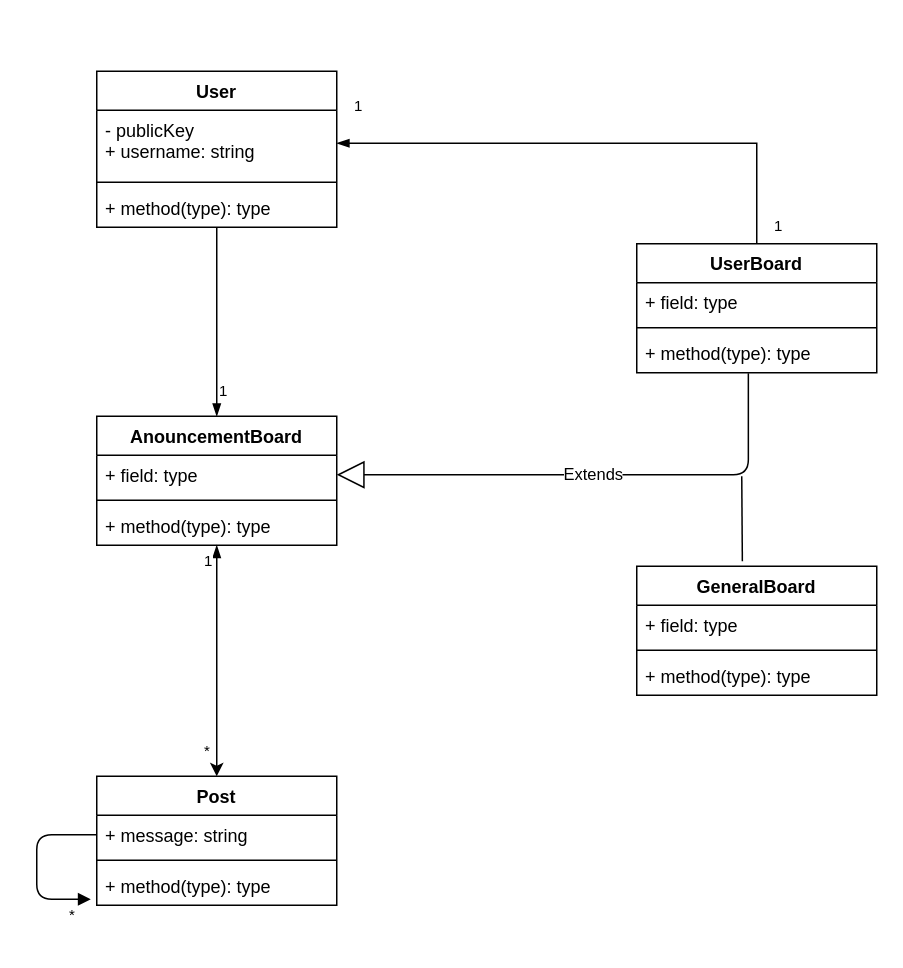
CarolinaCC/Dependable-Public-Announcement-Server keeps this draw.io diagram as docs/UML.drawio. Above is the earlier version. Source tidied: cells renumbered, new cells numbered last; positions are measured from the earlier drawing's top-left corner, leaving out a move shared by most shapes. Both pictures are drawn from the tidied source at 150%, with x=0, y=0 at pixel (36, 26).
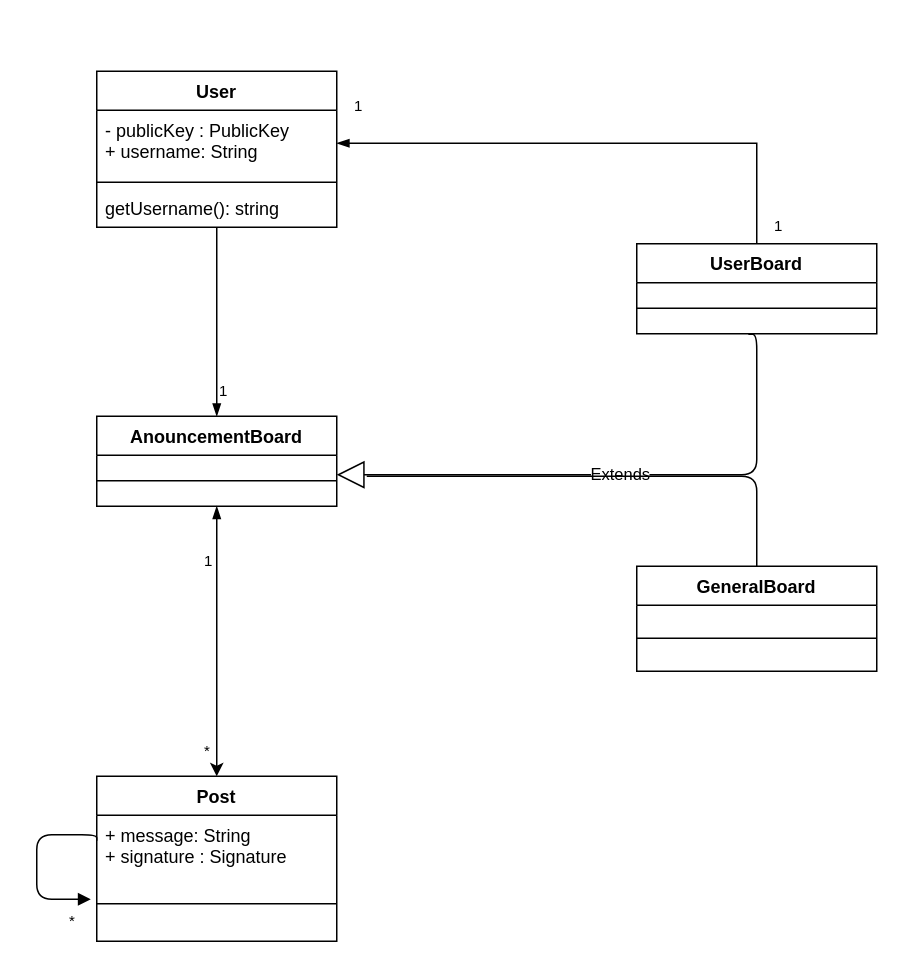
The same diagram, later.

Unchanged cells that the change refers to:
```xml
<mxCell id="3" value="User" style="swimlane;fontStyle=1;align=center;verticalAlign=top;horizontal=1;startSize=26;" parent="1" vertex="1">
  <mxGeometry x="40" y="30" width="160" height="104" as="geometry" />
</mxCell>
```

What changed in the source:
```diff
@@
-    <mxCell id="4" value="- publicKey&#10;+ username: string" style="text;strokeColor=none;fillColor=none;align=left;verticalAlign=top;spacingLeft=4;spacingRight=4;overflow=hidden;points=[[0,0.5],[1,0.5]];portConstraint=eastwest;" parent="3" vertex="1">
+    <mxCell id="4" value="- publicKey : PublicKey&#10;+ username: String" style="text;strokeColor=none;fillColor=none;align=left;verticalAlign=top;spacingLeft=4;spacingRight=4;overflow=hidden;points=[[0,0.5],[1,0.5]];portConstraint=eastwest;" parent="3" vertex="1">
       <mxGeometry y="26" width="160" height="44" as="geometry" />
     </mxCell>
@@
-    <mxCell id="6" value="+ method(type): type" style="text;strokeColor=none;fillColor=none;align=left;verticalAlign=top;spacingLeft=4;spacingRight=4;overflow=hidden;" parent="3" vertex="1">
+    <mxCell id="6" value="getUsername(): string" style="text;strokeColor=none;fillColor=none;align=left;verticalAlign=top;spacingLeft=4;spacingRight=4;overflow=hidden;" parent="3" vertex="1">
       <mxGeometry y="78" width="160" height="26" as="geometry" />
     </mxCell>
     <mxCell id="7" value="AnouncementBoard" style="swimlane;fontStyle=1;align=center;verticalAlign=top;horizontal=1;startSize=26;" parent="1" vertex="1">
-      <mxGeometry x="40" y="260" width="160" height="86" as="geometry" />
+      <mxGeometry x="40" y="260" width="160" height="60" as="geometry" />
     </mxCell>
-    <mxCell id="8" value="+ field: type" style="text;strokeColor=none;fillColor=none;align=left;verticalAlign=top;spacingLeft=4;spacingRight=4;overflow=hidden;points=[[0,0.5],[1,0.5]];portConstraint=eastwest;" parent="7" vertex="1">
-      <mxGeometry y="26" width="160" height="26" as="geometry" />
-    </mxCell>
     <mxCell id="9" style="line;strokeWidth=1;fillColor=none;align=left;verticalAlign=middle;spacingTop=-1;spacingLeft=3;spacingRight=3;labelPosition=right;" parent="7" vertex="1">
-      <mxGeometry y="52" width="160" height="8" as="geometry" />
+      <mxGeometry y="26" width="160" height="34" as="geometry" />
     </mxCell>
-    <mxCell id="10" value="+ method(type): type" style="text;strokeColor=none;fillColor=none;align=left;verticalAlign=top;spacingLeft=4;spacingRight=4;overflow=hidden;points=[[0,0.5],[1,0.5]];portConstraint=eastwest;" parent="7" vertex="1">
-      <mxGeometry y="60" width="160" height="26" as="geometry" />
-    </mxCell>
     <mxCell id="11" value="Post" style="swimlane;fontStyle=1;align=center;verticalAlign=top;horizontal=1;startSize=26;" parent="1" vertex="1">
-      <mxGeometry x="40" y="500" width="160" height="86" as="geometry" />
+      <mxGeometry x="40" y="500" width="160" height="110" as="geometry" />
     </mxCell>
-    <mxCell id="12" value="+ message: string" style="text;strokeColor=none;fillColor=none;align=left;verticalAlign=top;spacingLeft=4;spacingRight=4;overflow=hidden;points=[[0,0.5],[1,0.5]];portConstraint=eastwest;" parent="11" vertex="1">
-      <mxGeometry y="26" width="160" height="26" as="geometry" />
+    <mxCell id="12" value="+ message: String&#10;+ signature : Signature&#10;" style="text;strokeColor=none;fillColor=none;align=left;verticalAlign=top;spacingLeft=4;spacingRight=4;overflow=hidden;points=[[0,0.5],[1,0.5]];portConstraint=eastwest;" parent="11" vertex="1">
+      <mxGeometry y="26" width="160" height="34" as="geometry" />
     </mxCell>
     <mxCell id="13" style="line;strokeWidth=1;fillColor=none;align=left;verticalAlign=middle;spacingTop=-1;spacingLeft=3;spacingRight=3;labelPosition=right;" parent="11" vertex="1">
-      <mxGeometry y="52" width="160" height="8" as="geometry" />
+      <mxGeometry y="60" width="160" height="50" as="geometry" />
     </mxCell>
-    <mxCell id="14" value="+ method(type): type" style="text;strokeColor=none;fillColor=none;align=left;verticalAlign=top;spacingLeft=4;spacingRight=4;overflow=hidden;points=[[0,0.5],[1,0.5]];portConstraint=eastwest;" parent="11" vertex="1">
-      <mxGeometry y="60" width="160" height="26" as="geometry" />
-    </mxCell>
-    <mxCell id="15" style="endArrow=block;endFill=1;html=1;edgeStyle=orthogonalEdgeStyle;align=left;verticalAlign=top;exitX=0;exitY=0.5;exitDx=0;exitDy=0;entryX=-0.025;entryY=0.846;entryDx=0;entryDy=0;entryPerimeter=0;" parent="11" edge="1" source="12" target="14">
+    <mxCell id="15" style="endArrow=block;endFill=1;html=1;edgeStyle=orthogonalEdgeStyle;align=left;verticalAlign=top;exitX=0;exitY=0.5;exitDx=0;exitDy=0;entryX=-0.025;entryY=0.846;entryDx=0;entryDy=0;entryPerimeter=0;" parent="11" edge="1" source="12">
       <mxGeometry x="-1" relative="1" as="geometry">
+        <mxPoint x="-4" y="82" as="targetPoint" />
         <Array as="points">
           <mxPoint x="-40" y="39" />
           <mxPoint x="-40" y="82" />
         </Array>
       </mxGeometry>
     </mxCell>
@@
-    <mxCell id="17" style="edgeStyle=orthogonalEdgeStyle;rounded=0;jettySize=auto;html=1;entryX=0.5;entryY=0;entryDx=0;entryDy=0;startArrow=blockThin;startFill=1;" parent="1" edge="1" source="10" target="11">
+    <mxCell id="17" style="edgeStyle=orthogonalEdgeStyle;rounded=0;jettySize=auto;html=1;entryX=0.5;entryY=0;entryDx=0;entryDy=0;startArrow=blockThin;startFill=1;" parent="1" edge="1" target="11">
       <mxGeometry relative="1" as="geometry">
+        <mxPoint x="120" y="320" as="sourcePoint" />
         <Array as="points">
           <mxPoint x="120" y="380" />
           <mxPoint x="120" y="380" />
         </Array>
       </mxGeometry>
     </mxCell>
@@
-    <mxCell id="23" value="Extends" style="endArrow=block;endSize=16;endFill=0;html=1;entryX=1;entryY=0.5;entryDx=0;entryDy=0;edgeStyle=orthogonalEdgeStyle;exitX=0.465;exitY=1.013;exitDx=0;exitDy=0;exitPerimeter=0;" parent="1" edge="1" source="28" target="8">
+    <mxCell id="23" value="Extends" style="endArrow=block;endSize=16;endFill=0;html=1;entryX=1;entryY=0.5;entryDx=0;entryDy=0;edgeStyle=orthogonalEdgeStyle;exitX=0.465;exitY=1.013;exitDx=0;exitDy=0;exitPerimeter=0;" parent="1" edge="1">
       <mxGeometry relative="1" as="geometry">
+        <mxPoint x="474.4" y="205.3" as="sourcePoint" />
+        <mxPoint x="200" y="299" as="targetPoint" />
         <Array as="points">
-          <mxPoint x="474" y="299" />
+          <mxPoint x="480" y="205" />
+          <mxPoint x="480" y="299" />
         </Array>
       </mxGeometry>
     </mxCell>
@@
     <mxCell id="25" value="UserBoard" style="swimlane;fontStyle=1;align=center;verticalAlign=top;horizontal=1;startSize=26;" parent="1" vertex="1">
-      <mxGeometry x="400" y="145" width="160" height="86" as="geometry" />
+      <mxGeometry x="400" y="145" width="160" height="60" as="geometry" />
     </mxCell>
-    <mxCell id="26" value="+ field: type" style="text;strokeColor=none;fillColor=none;align=left;verticalAlign=top;spacingLeft=4;spacingRight=4;overflow=hidden;" parent="25" vertex="1">
-      <mxGeometry y="26" width="160" height="26" as="geometry" />
-    </mxCell>
     <mxCell id="27" style="line;strokeWidth=1;fillColor=none;align=left;verticalAlign=middle;spacingTop=-1;spacingLeft=3;spacingRight=3;labelPosition=right;" parent="25" vertex="1">
-      <mxGeometry y="52" width="160" height="8" as="geometry" />
+      <mxGeometry y="26" width="160" height="34" as="geometry" />
     </mxCell>
-    <mxCell id="28" value="+ method(type): type" style="text;strokeColor=none;fillColor=none;align=left;verticalAlign=top;spacingLeft=4;spacingRight=4;overflow=hidden;points=[[0,0.5],[1,0.5]];portConstraint=eastwest;" parent="25" vertex="1">
-      <mxGeometry y="60" width="160" height="26" as="geometry" />
-    </mxCell>
     <mxCell id="29" value="GeneralBoard" style="swimlane;fontStyle=1;align=center;verticalAlign=top;horizontal=1;startSize=26;" parent="1" vertex="1">
-      <mxGeometry x="400" y="360" width="160" height="86" as="geometry" />
+      <mxGeometry x="400" y="360" width="160" height="70" as="geometry" />
     </mxCell>
-    <mxCell id="30" value="+ field: type" style="text;strokeColor=none;fillColor=none;align=left;verticalAlign=top;spacingLeft=4;spacingRight=4;overflow=hidden;" parent="29" vertex="1">
-      <mxGeometry y="26" width="160" height="26" as="geometry" />
-    </mxCell>
     <mxCell id="31" style="line;strokeWidth=1;fillColor=none;align=left;verticalAlign=middle;spacingTop=-1;spacingLeft=3;spacingRight=3;labelPosition=right;" parent="29" vertex="1">
-      <mxGeometry y="52" width="160" height="8" as="geometry" />
+      <mxGeometry y="26" width="160" height="44" as="geometry" />
     </mxCell>
-    <mxCell id="32" value="+ method(type): type" style="text;strokeColor=none;fillColor=none;align=left;verticalAlign=top;spacingLeft=4;spacingRight=4;overflow=hidden;" parent="29" vertex="1">
-      <mxGeometry y="60" width="160" height="26" as="geometry" />
-    </mxCell>
-    <mxCell id="33" style="endArrow=none;html=1;exitX=0.44;exitY=-0.039;exitDx=0;exitDy=0;exitPerimeter=0;" parent="1" edge="1" source="29">
-      <mxGeometry relative="1" as="geometry">
-        <mxPoint x="470" y="300" as="targetPoint" />
-      </mxGeometry>
-    </mxCell>
+    <mxCell id="34" style="endArrow=none;html=1;exitX=0.5;exitY=0;exitDx=0;exitDy=0;" parent="1" edge="1" source="29">
+      <mxGeometry relative="1" as="geometry">
+        <mxPoint x="220" y="300" as="targetPoint" />
+        <Array as="points">
+          <mxPoint x="480" y="300" />
+        </Array>
+      </mxGeometry>
+    </mxCell>
```
